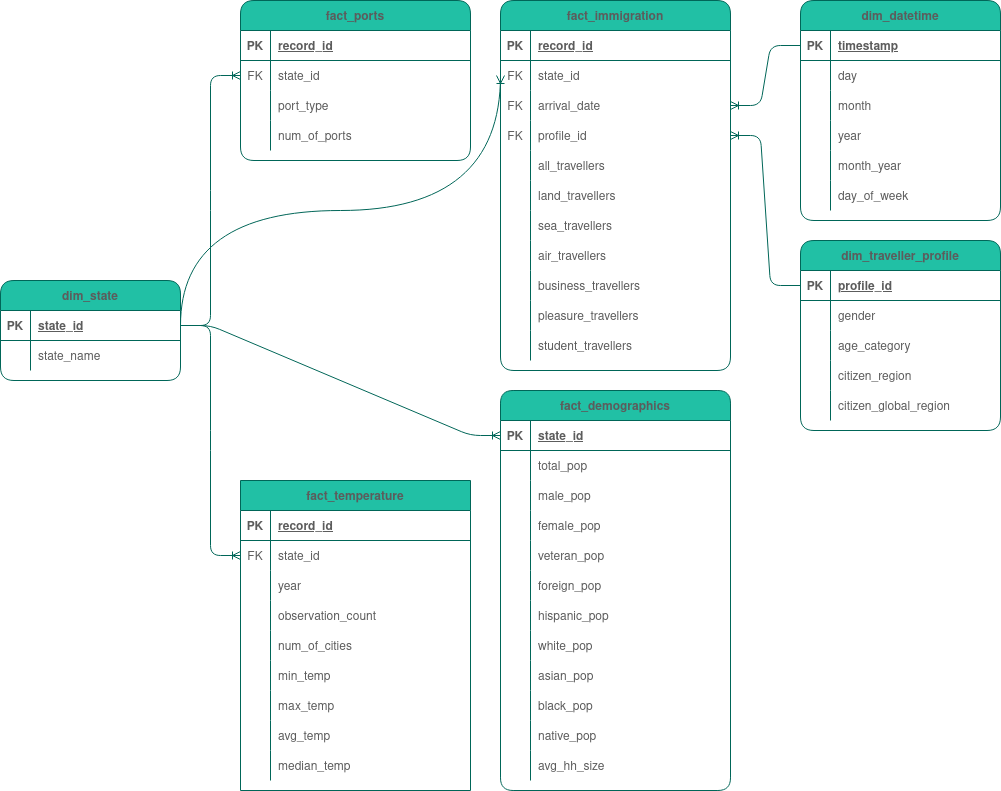
stefanjaro/data-engineering-nanodegree-capstone-project keeps this draw.io diagram as diagrams-and-visuals/DataModel.png. Above is the earlier version. Source tidied: cells renumbered, new cells last; positions are measured from the earlier drawing's top-left corner, leaving out a move shared by most shapes.
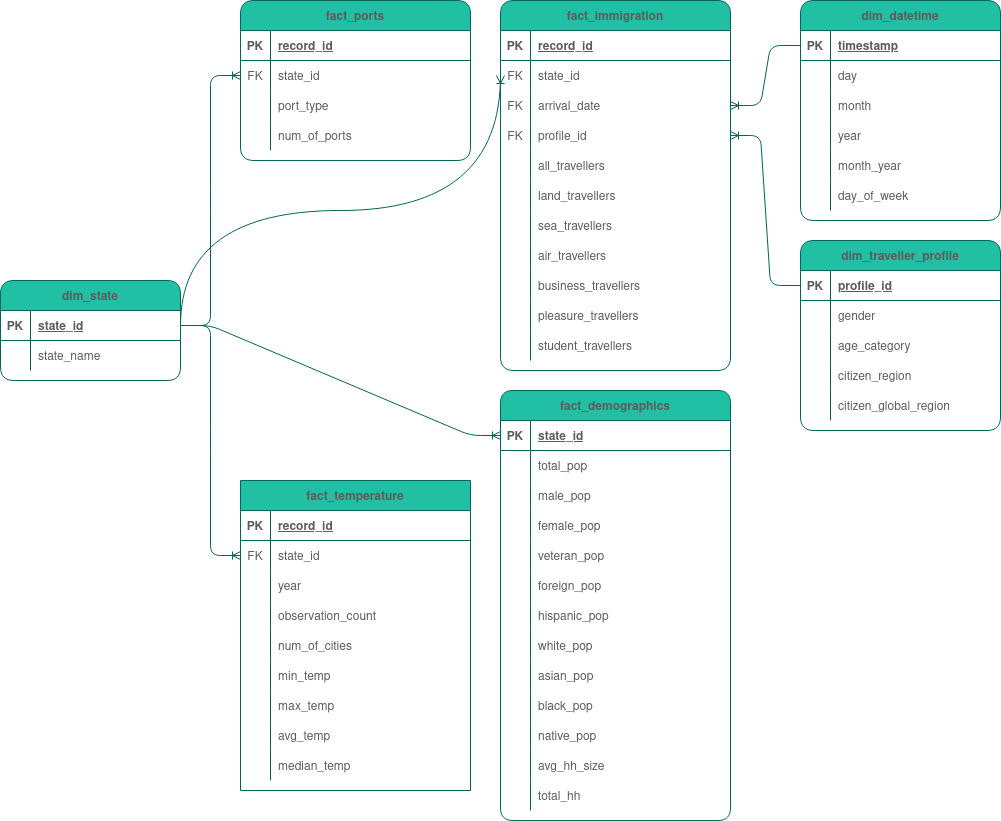
The same diagram one commit later.

What changed in the source:
```diff
@@ -284,7 +284,7 @@
       <mxGeometry x="30" width="200" height="30" as="geometry" />
     </mxCell>
     <mxCell id="94" value="fact_demographics" style="shape=table;startSize=30;rowLines=0;fontStyle=1;align=center;fillColor=#21C0A5;strokeColor=#006658;fontColor=#5C5C5C;rounded=1;arcSize=14;" parent="1" vertex="1">
-      <mxGeometry x="500" y="390" width="230" height="400" as="geometry" />
+      <mxGeometry x="500" y="390" width="230" height="430" as="geometry" />
     </mxCell>
     <mxCell id="95" style="shape=tableRow;horizontal=0;startSize=0;swimlaneHead=0;swimlaneBody=0;fillColor=none;points=[[0,0.5],[1,0.5]];portConstraint=eastwest;top=0;left=0;right=0;bottom=1;strokeColor=#006658;fontColor=#5C5C5C;rounded=1;" parent="94" vertex="1">
       <mxGeometry y="30" width="230" height="30" as="geometry" />
@@ -394,6 +394,15 @@
     <mxCell id="130" value="avg_hh_size" style="shape=partialRectangle;fillColor=none;top=0;left=0;bottom=0;right=0;align=left;spacingLeft=6;overflow=hidden;strokeColor=#006658;fontColor=#5C5C5C;rounded=1;" parent="128" vertex="1">
       <mxGeometry x="30" width="200" height="30" as="geometry" />
     </mxCell>
+    <mxCell id="162" style="shape=tableRow;horizontal=0;startSize=0;swimlaneHead=0;swimlaneBody=0;fillColor=none;top=0;left=0;right=0;bottom=0;strokeColor=#006658;fontColor=#5C5C5C;rounded=1;" parent="94" vertex="1">
+      <mxGeometry y="390" width="230" height="30" as="geometry" />
+    </mxCell>
+    <mxCell id="163" style="shape=partialRectangle;fillColor=none;top=0;left=0;bottom=0;right=0;overflow=hidden;strokeColor=#006658;fontColor=#5C5C5C;rounded=1;" parent="162" vertex="1">
+      <mxGeometry width="30" height="30" as="geometry" />
+    </mxCell>
+    <mxCell id="164" value="total_hh" style="shape=partialRectangle;fillColor=none;top=0;left=0;bottom=0;right=0;align=left;spacingLeft=6;overflow=hidden;strokeColor=#006658;fontColor=#5C5C5C;rounded=1;" parent="162" vertex="1">
+      <mxGeometry x="30" width="200" height="30" as="geometry" />
+    </mxCell>
     <mxCell id="131" value="fact_temperature" style="shape=table;startSize=30;rowLines=0;fontStyle=1;align=center;fillColor=#21C0A5;strokeColor=#006658;fontColor=#5C5C5C;rounded=1;arcSize=0;" parent="1" vertex="1">
       <mxGeometry x="240" y="480" width="230" height="310" as="geometry" />
     </mxCell>
```
